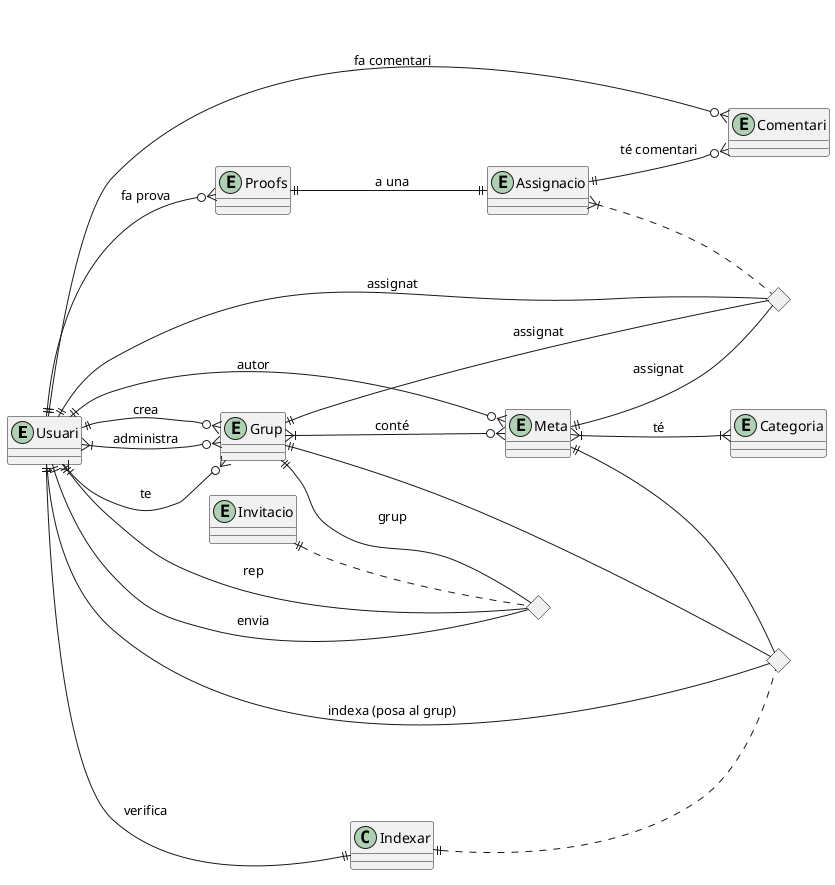
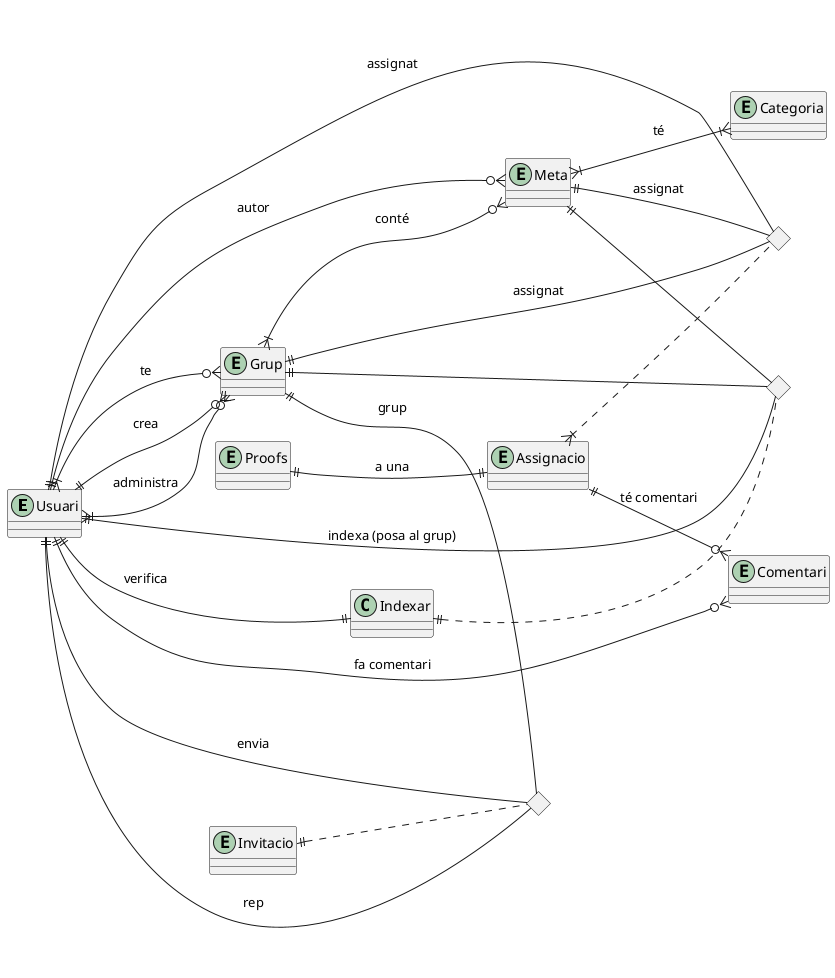
@startuml
left to right direction

' Entitats principals (buïdes)
entity "Usuari" as Usuari
entity "Grup" as Grup
entity "Meta" as Meta
entity "Categoria" as Categoria

entity "Assignacio" as Assignacio
entity "Comentari" as Comentari
entity "Proofs" as Proofs
entity "Invitacio" as Invitacio
entity "Indexar" as Assignacio


<> AssignacioRel
<> InvitacioRel
<> indexarRel

Usuari }|--o{ Grup : "te"
Usuari ||--o{ Grup : "crea"
Usuari }|--o{ Grup : "administra"
Usuari ||--o{ Meta : "autor"
Usuari ||-- AssignacioRel : "assignat"
Usuari ||--o{ Comentari : "fa comentari"
- Usuari ||--o{ Proofs : "fa prova"
+ ' Usuari ||--o{ Proofs : "fa prova"
Usuari ||-- InvitacioRel : "rep"
Usuari ||-- InvitacioRel : "envia"
Usuari ||-- indexarRel : "indexa (posa al grup)"
Usuari ||--|| Indexar : "verifica"

Grup }|--o{ Meta : "conté"
Grup ||-- AssignacioRel : "assignat"
Grup ||-- InvitacioRel : "grup"
Grup ||-- indexarRel : ""

Meta }|--|{ Categoria : "té"
Meta ||-- AssignacioRel : "assignat"
Meta ||-- indexarRel : ""
Assignacio ||--o{ Comentari : "té comentari"
' Meta ||--o{ Proofs : "té prova"

Proofs ||--|| Assignacio : a una
Assignacio }|.. AssignacioRel
Invitacio ||.. InvitacioRel
Indexar ||.. indexarRel




@enduml